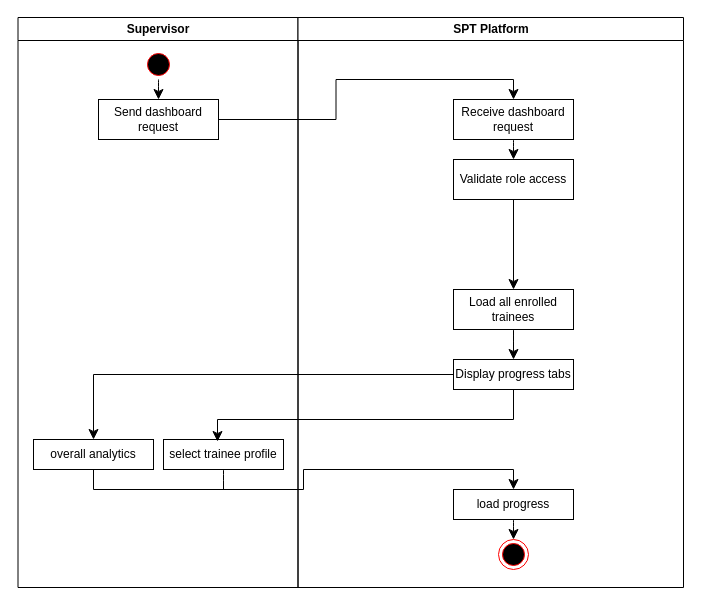
Earlier version of the draw.io diagram docs/MSYADD1/activity_diagram/drawio/Monitor progress_updated_SUPERVISOR.drawio (APC-SoCIT/APC-2026-2027-T1-IT241-Grp4-PNP-SPT-Platform). Source tidied: cells renumbered, new cells numbered last; positions are measured from the earlier drawing's top-left corner, leaving out a move shared by most shapes. Both pictures are drawn from the tidied source at 100%, with x=0, y=0 at pixel (17, 17).
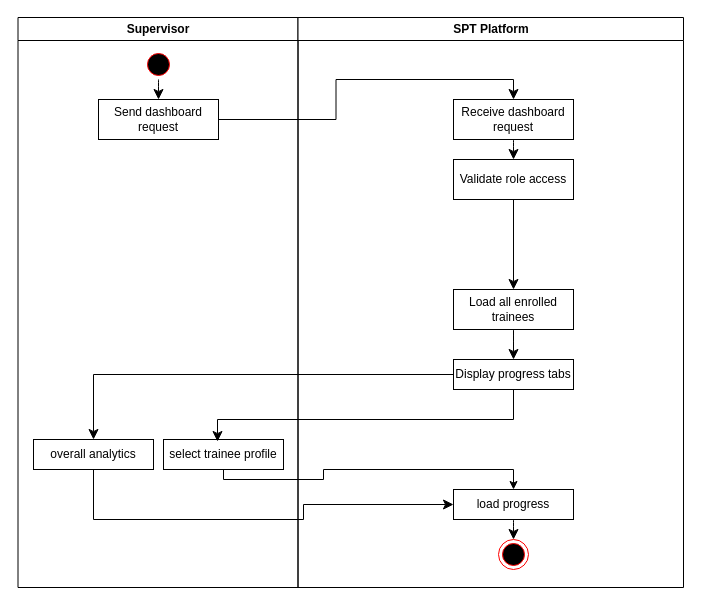
Above is the later version.

Commit message (it also covers changes not shown here):
updated monitor progress supervisor:  cleaner lines

The change refers to these unchanged cells:
```xml
<mxCell id="2" value="Supervisor" style="swimlane;whiteSpace=wrap;" parent="1" vertex="1">
  <mxGeometry x="0.5" width="280" height="570" as="geometry" />
</mxCell>
<mxCell id="6" value="overall analytics" style="rounded=0;whiteSpace=wrap;html=1;" parent="2" vertex="1">
  <mxGeometry x="15.5" y="422" width="120" height="30" as="geometry" />
</mxCell>
<mxCell id="8" value="select trainee profile" style="rounded=0;whiteSpace=wrap;html=1;" parent="2" vertex="1">
  <mxGeometry x="145.5" y="422" width="120" height="30" as="geometry" />
</mxCell>
<mxCell id="19" value="load progress" style="rounded=0;whiteSpace=wrap;html=1;" parent="9" vertex="1">
  <mxGeometry x="155.5" y="472" width="120" height="30" as="geometry" />
</mxCell>
```

The edit, as a diff of the source:
```diff
@@
-    <mxCell id="7" style="edgeStyle=none;curved=1;rounded=0;curveGeometry=1;jettySize=auto;html=1;exitX=0.5;exitY=1;exitDx=0;exitDy=0;fontSize=12;startSize=8;endSize=8;endArrow=none;endFill=0;" parent="2" edge="1" source="8">
+    <mxCell id="7" style="edgeStyle=none;curved=0;rounded=0;jettySize=auto;html=1;exitX=0.5;exitY=1;exitDx=0;exitDy=0;fontSize=12;startSize=8;endSize=8;endArrow=none;endFill=0;" parent="2" edge="1" source="8">
       <mxGeometry relative="1" as="geometry">
-        <mxPoint x="205.5" y="472" as="targetPoint" />
+        <mxPoint x="305.5" y="452" as="targetPoint" />
+        <Array as="points">
+          <mxPoint x="205.5" y="462" />
+          <mxPoint x="305.5" y="462" />
+        </Array>
       </mxGeometry>
     </mxCell>
@@
-    <mxCell id="23" style="edgeStyle=orthogonalEdgeStyle;rounded=0;jettySize=auto;html=1;exitX=0.5;exitY=1;exitDx=0;exitDy=0;entryX=0.5;entryY=0;entryDx=0;entryDy=0;fontSize=12;startSize=8;endSize=8;" parent="1" edge="1" source="6" target="19">
-      <mxGeometry relative="1" as="geometry" />
+    <mxCell id="23" style="edgeStyle=orthogonalEdgeStyle;rounded=0;jettySize=auto;html=1;exitX=0.5;exitY=1;exitDx=0;exitDy=0;entryX=0;entryY=0.5;entryDx=0;entryDy=0;fontSize=12;startSize=8;endSize=8;" parent="1" edge="1" source="6" target="19">
+      <mxGeometry x="0.21" relative="1" as="geometry">
+        <Array as="points">
+          <mxPoint x="76" y="502" />
+          <mxPoint x="286" y="502" />
+          <mxPoint x="286" y="487" />
+        </Array>
+      </mxGeometry>
     </mxCell>
+    <mxCell id="24" style="endArrow=classic;html=1;rounded=0;defaultLabelBackgroundColor=page;entryX=0.5;entryY=0;entryDx=0;entryDy=0;" parent="1" edge="1" target="19">
+      <mxGeometry relative="1" as="geometry">
+        <mxPoint x="306" y="452" as="sourcePoint" />
+        <Array as="points">
+          <mxPoint x="496" y="452" />
+        </Array>
+      </mxGeometry>
+    </mxCell>
```
